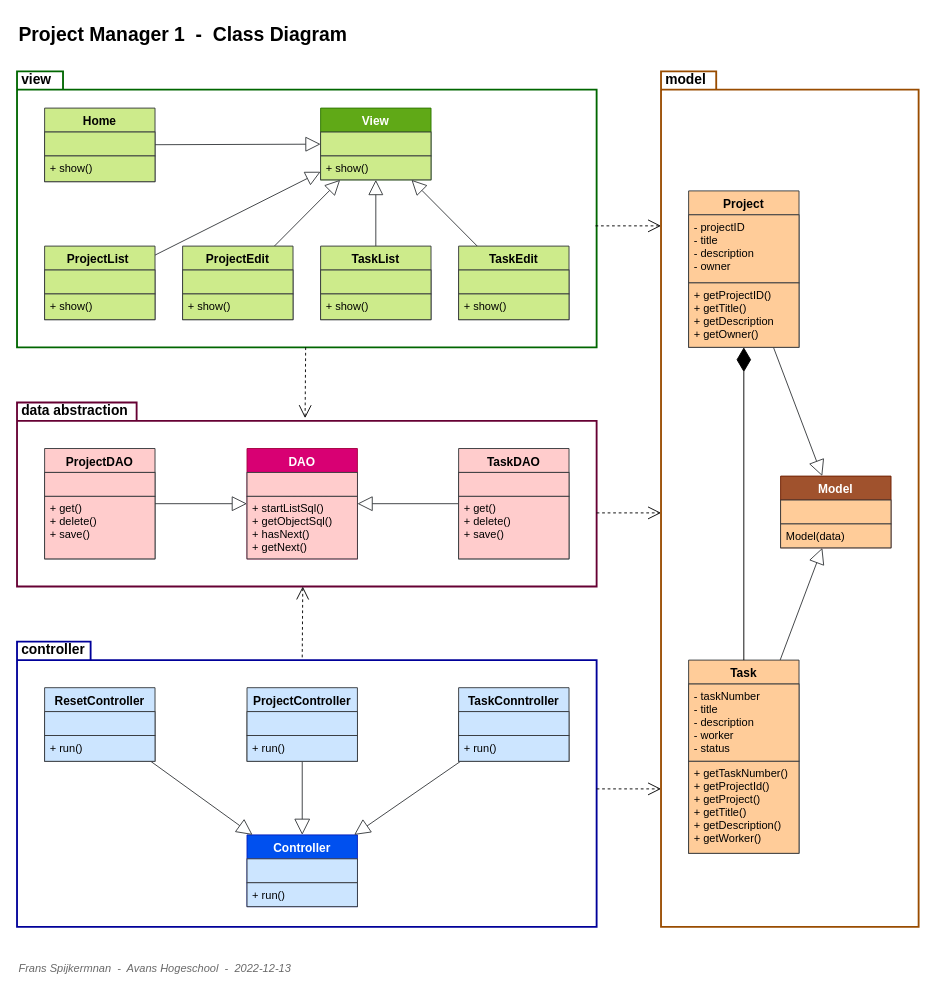
spijkerbak/project-manager-1 keeps this draw.io diagram as doc/Class_Diagram.drawio. Above is the earlier version. Source tidied: cells renumbered, new cells numbered last; positions are measured from the earlier drawing's top-left corner, leaving out a move shared by most shapes. Both pictures are drawn from the tidied source at 92%, with x=0, y=0 at pixel (17, 16).
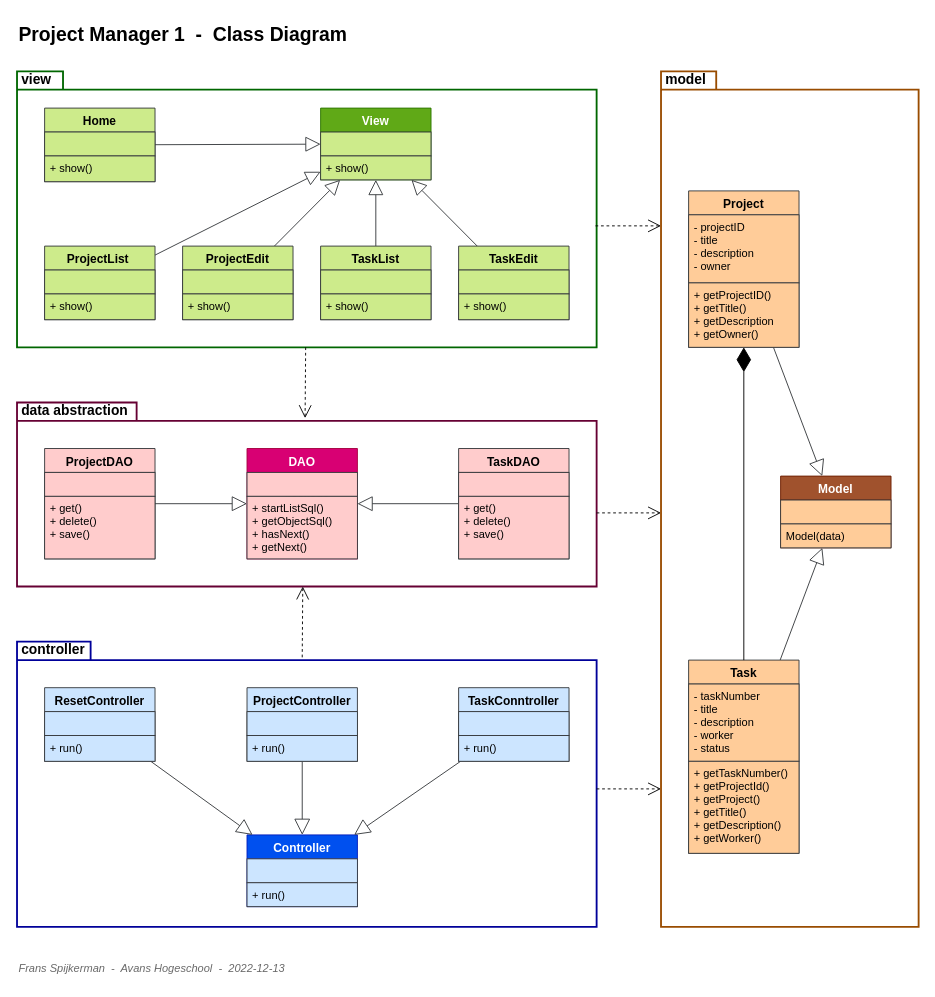
The same page after the edit.

Diff of the diagram source:
```diff
@@
-    <mxCell id="68" value="Frans Spijkermnan&amp;nbsp; -&amp;nbsp; Avans Hogeschool&amp;nbsp; -&amp;nbsp; 2022-12-13" style="text;html=1;align=left;verticalAlign=middle;fontSize=12;fontStyle=2;labelBackgroundColor=none;fontColor=#696969;" parent="1" vertex="1">
-      <mxGeometry y="1020" width="320" height="30" as="geometry" />
+    <mxCell id="68" value="Frans Spijkerman&amp;nbsp; -&amp;nbsp; Avans Hogeschool&amp;nbsp; -&amp;nbsp; 2022-12-13" style="text;html=1;align=left;verticalAlign=middle;fontSize=12;fontStyle=2;labelBackgroundColor=none;fontColor=#696969;" parent="1" vertex="1">
+      <mxGeometry y="1020" width="310" height="30" as="geometry" />
     </mxCell>
```
